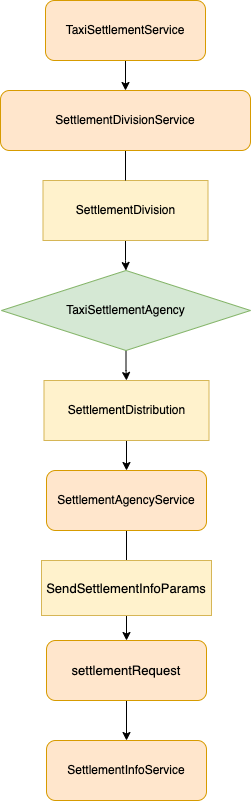
Before: _posts/2022-09-02-ddd-settlement/settlement_model_new_flow.png, a diagram exported from draw.io (VCNC/tada-tech-blog). Source tidied: cells renumbered, new cells last; positions are measured from the earlier drawing's top-left corner, leaving out a move shared by most shapes.
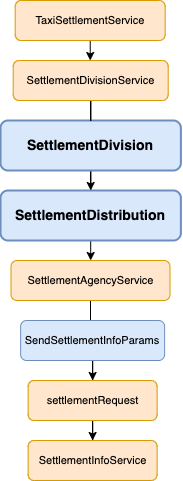
After the change.

Commit message:
이미지 수정 및 문구 수정

What changed in the source:
```diff
@@ -5,53 +5,47 @@
     <mxCell id="2" style="edgeStyle=orthogonalEdgeStyle;rounded=0;jettySize=auto;html=1;entryX=0.5;entryY=0;entryDx=0;entryDy=0;fontSize=25;fontColor=#000000;startArrow=none;startFill=0;endArrow=classic;endFill=1;strokeColor=#000000;" parent="1" edge="1" source="3" target="16">
       <mxGeometry relative="1" as="geometry" />
     </mxCell>
-    <mxCell id="3" value="TaxiSettlementService" style="rounded=1;whiteSpace=wrap;html=1;fillColor=#ffe6cc;strokeColor=#d79b00;" parent="1" vertex="1">
-      <mxGeometry x="45" width="160" height="60" as="geometry" />
+    <mxCell id="3" value="TaxiSettlementService" style="rounded=1;whiteSpace=wrap;html=1;fillColor=#ffe6cc;strokeColor=#d79b00;fontSize=11;" parent="1" vertex="1">
+      <mxGeometry x="49.7" y="200" width="150" height="40" as="geometry" />
     </mxCell>
     <mxCell id="4" style="edgeStyle=orthogonalEdgeStyle;rounded=0;jettySize=auto;html=1;fontSize=12;fontColor=#000000;startArrow=none;startFill=0;endArrow=none;endFill=0;strokeColor=default;entryX=0.5;entryY=0;entryDx=0;entryDy=0;" parent="1" edge="1" source="5" target="7">
       <mxGeometry relative="1" as="geometry" />
     </mxCell>
-    <mxCell id="5" value="SettlementAgencyService" style="rounded=1;whiteSpace=wrap;html=1;fillColor=#ffe6cc;strokeColor=#d79b00;" parent="1" vertex="1">
-      <mxGeometry x="46" y="470" width="160" height="60" as="geometry" />
+    <mxCell id="5" value="SettlementAgencyService" style="rounded=1;whiteSpace=wrap;html=1;fillColor=#ffe6cc;strokeColor=#d79b00;fontSize=11;" parent="1" vertex="1">
+      <mxGeometry x="45.5" y="460" width="159" height="40" as="geometry" />
     </mxCell>
     <mxCell id="6" style="edgeStyle=orthogonalEdgeStyle;rounded=0;jettySize=auto;html=1;entryX=0.5;entryY=0;entryDx=0;entryDy=0;fontSize=25;fontColor=#000000;startArrow=none;startFill=0;endArrow=classic;endFill=1;strokeColor=#000000;" parent="1" edge="1" source="7" target="9">
       <mxGeometry relative="1" as="geometry" />
     </mxCell>
-    <mxCell id="7" value="&lt;div style=&quot;font-size: 9.8pt;&quot;&gt;SendSettlementInfoParams&lt;/div&gt;" style="rounded=0;whiteSpace=wrap;html=1;glass=0;shadow=0;sketch=0;fillColor=#fff2cc;strokeColor=#d6b656;fontColor=default;labelBackgroundColor=none;fontFamily=Helvetica;" parent="1" vertex="1">
-      <mxGeometry x="41" y="560" width="170" height="55" as="geometry" />
+    <mxCell id="7" value="&lt;div style=&quot;font-size: 11px;&quot;&gt;SendSettlementInfoParams&lt;/div&gt;" style="rounded=1;whiteSpace=wrap;html=1;glass=0;shadow=0;sketch=0;fillColor=#dae8fc;strokeColor=#6c8ebf;labelBackgroundColor=none;fontFamily=Helvetica;fontSize=11;" parent="1" vertex="1">
+      <mxGeometry x="55.1" y="520" width="144" height="40" as="geometry" />
     </mxCell>
     <mxCell id="8" style="edgeStyle=orthogonalEdgeStyle;rounded=0;jettySize=auto;html=1;entryX=0.5;entryY=0;entryDx=0;entryDy=0;fontSize=25;fontColor=#000000;startArrow=none;startFill=0;endArrow=classic;endFill=1;strokeColor=#000000;" parent="1" edge="1" source="9" target="10">
       <mxGeometry relative="1" as="geometry" />
     </mxCell>
-    <mxCell id="9" value="&lt;div style=&quot;font-size: 9.8pt;&quot;&gt;&lt;span style=&quot;&quot;&gt;settlementRequest&lt;/span&gt;&lt;/div&gt;" style="rounded=1;whiteSpace=wrap;html=1;fillColor=#ffe6cc;strokeColor=#d79b00;labelBackgroundColor=none;fontFamily=Helvetica;" parent="1" vertex="1">
-      <mxGeometry x="46" y="640" width="160" height="60" as="geometry" />
+    <mxCell id="9" value="&lt;div style=&quot;font-size: 11px;&quot;&gt;&lt;span style=&quot;font-size: 11px;&quot;&gt;settlementRequest&lt;/span&gt;&lt;/div&gt;" style="rounded=1;whiteSpace=wrap;html=1;fillColor=#ffe6cc;strokeColor=#d79b00;labelBackgroundColor=none;fontFamily=Helvetica;fontSize=11;" parent="1" vertex="1">
+      <mxGeometry x="62.6" y="580" width="129" height="40" as="geometry" />
     </mxCell>
-    <mxCell id="10" value="SettlementInfoService" style="rounded=1;whiteSpace=wrap;html=1;fillColor=#ffe6cc;strokeColor=#d79b00;" parent="1" vertex="1">
-      <mxGeometry x="46" y="740" width="160" height="60" as="geometry" />
+    <mxCell id="10" value="SettlementInfoService" style="rounded=1;whiteSpace=wrap;html=1;fillColor=#ffe6cc;strokeColor=#d79b00;fontSize=11;" parent="1" vertex="1">
+      <mxGeometry x="62.6" y="640" width="129" height="40" as="geometry" />
     </mxCell>
-    <mxCell id="11" style="edgeStyle=orthogonalEdgeStyle;rounded=0;jettySize=auto;html=1;entryX=0.5;entryY=0;entryDx=0;entryDy=0;fontSize=30;fontColor=#000000;startArrow=none;startFill=0;endArrow=classic;endFill=1;strokeColor=#000000;" parent="1" edge="1" source="12" target="5">
-      <mxGeometry relative="1" as="geometry" />
-    </mxCell>
-    <mxCell id="12" value="SettlementDistribution" style="rounded=0;whiteSpace=wrap;html=1;fillColor=#fff2cc;strokeColor=#d6b656;" parent="1" vertex="1">
-      <mxGeometry x="43.5" y="380" width="165" height="60" as="geometry" />
-    </mxCell>
-    <mxCell id="13" style="edgeStyle=orthogonalEdgeStyle;rounded=0;jettySize=auto;html=1;entryX=0.5;entryY=0;entryDx=0;entryDy=0;fontSize=30;fontColor=#000000;startArrow=none;startFill=0;endArrow=classic;endFill=1;strokeColor=#000000;" parent="1" edge="1" source="14" target="18">
-      <mxGeometry relative="1" as="geometry" />
-    </mxCell>
+    <mxCell id="19" style="edgeStyle=orthogonalEdgeStyle;rounded=0;jettySize=auto;html=1;entryX=0.5;entryY=0;entryDx=0;entryDy=0;fontSize=11;" parent="1" edge="1" source="14" target="12">
+      <mxGeometry relative="1" as="geometry" />
+    </mxCell>
-    <mxCell id="14" value="SettlementDivision" style="rounded=0;whiteSpace=wrap;html=1;fillColor=#fff2cc;strokeColor=#d6b656;" parent="1" vertex="1">
-      <mxGeometry x="42.5" y="180" width="165" height="60" as="geometry" />
+    <mxCell id="14" value="SettlementDivision" style="rounded=1;whiteSpace=wrap;html=1;fillColor=#dae8fc;strokeColor=#6c8ebf;fontStyle=1;fontSize=14;glass=0;strokeWidth=2;" parent="1" vertex="1">
+      <mxGeometry x="35" y="320" width="180.4" height="50" as="geometry" />
     </mxCell>
     <mxCell id="15" style="edgeStyle=orthogonalEdgeStyle;rounded=0;jettySize=auto;html=1;fontSize=25;fontColor=#000000;startArrow=none;startFill=0;endArrow=none;endFill=0;strokeColor=#000000;entryX=0.5;entryY=0;entryDx=0;entryDy=0;" parent="1" edge="1" source="16" target="14">
       <mxGeometry relative="1" as="geometry" />
     </mxCell>
-    <mxCell id="16" value="SettlementDivisionService" style="rounded=1;whiteSpace=wrap;html=1;fillColor=#ffe6cc;strokeColor=#d79b00;" parent="1" vertex="1">
-      <mxGeometry y="90" width="250" height="60" as="geometry" />
+    <mxCell id="16" value="SettlementDivisionService" style="rounded=1;whiteSpace=wrap;html=1;fillColor=#ffe6cc;strokeColor=#d79b00;fontSize=11;" parent="1" vertex="1">
+      <mxGeometry x="47.7" y="260" width="155" height="40" as="geometry" />
     </mxCell>
-    <mxCell id="17" style="edgeStyle=orthogonalEdgeStyle;rounded=0;jettySize=auto;html=1;entryX=0.5;entryY=0;entryDx=0;entryDy=0;fontSize=30;fontColor=#000000;startArrow=none;startFill=0;endArrow=classic;endFill=1;strokeColor=#000000;" parent="1" edge="1" source="18" target="12">
-      <mxGeometry relative="1" as="geometry" />
-    </mxCell>
-    <mxCell id="18" value="&lt;span style=&quot;color: rgb(0, 0, 0); font-family: Helvetica; font-size: 12px; font-style: normal; font-variant-ligatures: normal; font-variant-caps: normal; font-weight: 400; letter-spacing: normal; orphans: 2; text-align: center; text-indent: 0px; text-transform: none; widows: 2; word-spacing: 0px; -webkit-text-stroke-width: 0px; text-decoration-thickness: initial; text-decoration-style: initial; text-decoration-color: initial; float: none; display: inline !important;&quot;&gt;TaxiSettlementAgency&lt;/span&gt;" style="rhombus;whiteSpace=wrap;html=1;fillColor=#d5e8d4;strokeColor=#82b366;labelBackgroundColor=none;" parent="1" vertex="1">
-      <mxGeometry x="1" y="270" width="249" height="80" as="geometry" />
-    </mxCell>
+    <mxCell id="11" style="edgeStyle=orthogonalEdgeStyle;rounded=0;jettySize=auto;html=1;entryX=0.5;entryY=0;entryDx=0;entryDy=0;fontSize=11;" parent="1" edge="1" source="12" target="5">
+      <mxGeometry relative="1" as="geometry" />
+    </mxCell>
+    <mxCell id="12" value="SettlementDistribution" style="rounded=1;whiteSpace=wrap;html=1;fillColor=#dae8fc;strokeColor=#6c8ebf;fontStyle=1;fontSize=14;glass=0;strokeWidth=2;" parent="1" vertex="1">
+      <mxGeometry x="35" y="390" width="180.4" height="50" as="geometry" />
+    </mxCell>
   </root>
 </mxGraphModel>
```
